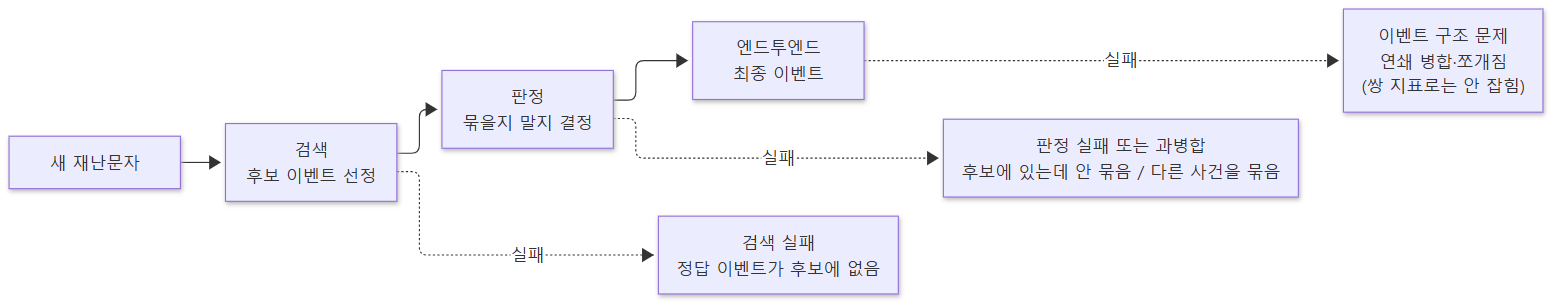
Earlier version of the Mermaid export docs/images/clustering-eval/stage-mapping.png (lshlsh3690/disaster-alert-archive). Its source is kept beside it as docs/images/clustering-eval/src/stage-mapping.mmd.
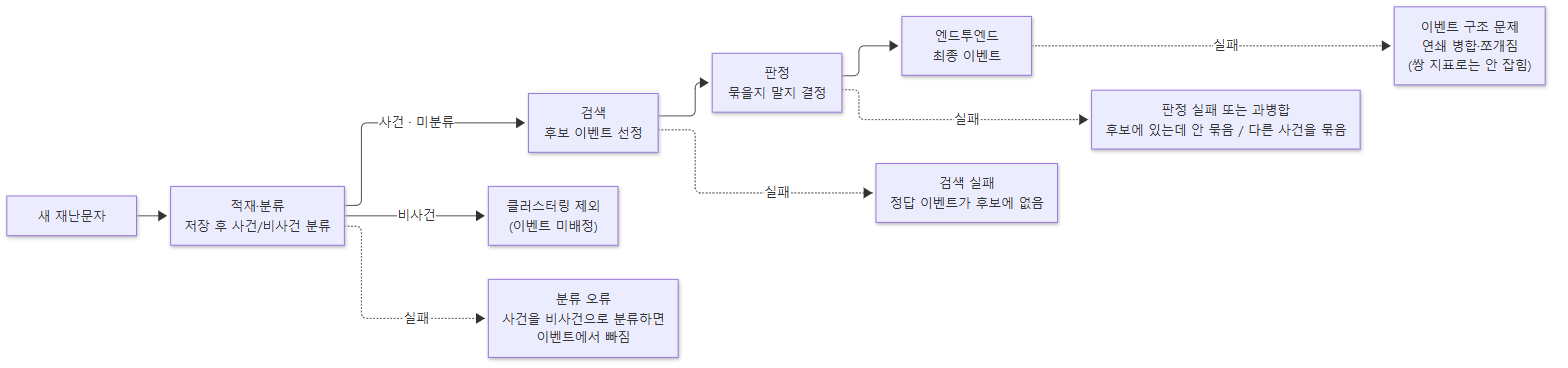
Later version of the same file.

Commit message:
docs(event): 클러스터링 평가 문서에 적재·분류(사건/비사건) 단계를 반영한다

What changed in the source:
```diff
@@ -1,7 +1,10 @@
 flowchart LR
-    A["새 재난문자"] --> R["검색<br/>후보 이벤트 선정"]
+    A["새 재난문자"] --> P["적재·분류<br/>저장 후 사건/비사건 분류"]
+    P -->|"사건 · 미분류"| R["검색<br/>후보 이벤트 선정"]
+    P -->|"비사건"| X["클러스터링 제외<br/>(이벤트 미배정)"]
     R --> D["판정<br/>묶을지 말지 결정"]
     D --> E["엔드투엔드<br/>최종 이벤트"]
+    P -.->|"실패"| P1["분류 오류<br/>사건을 비사건으로 분류하면<br/>이벤트에서 빠짐"]
     R -.->|"실패"| R1["검색 실패<br/>정답 이벤트가 후보에 없음"]
     D -.->|"실패"| D1["판정 실패 또는 과병합<br/>후보에 있는데 안 묶음 / 다른 사건을 묶음"]
     E -.->|"실패"| E1["이벤트 구조 문제<br/>연쇄 병합·쪼개짐<br/>(쌍 지표로는 안 잡힘)"]
```
